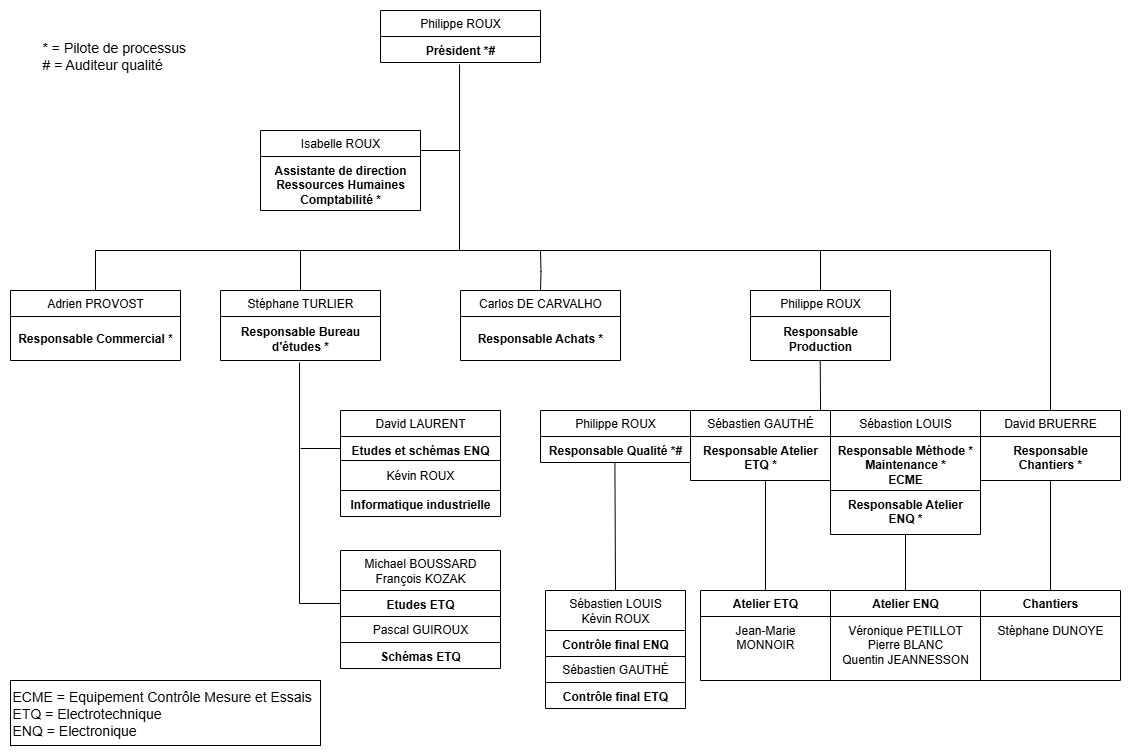
KevinRouxERPAC/KevinRouxERPAC.github.io keeps this draw.io diagram as assets/images/About/Organigramme.png. Above is the earlier version. Source tidied: cells renumbered, new cells last; positions are measured from the earlier drawing's top-left corner, leaving out a move shared by most shapes.
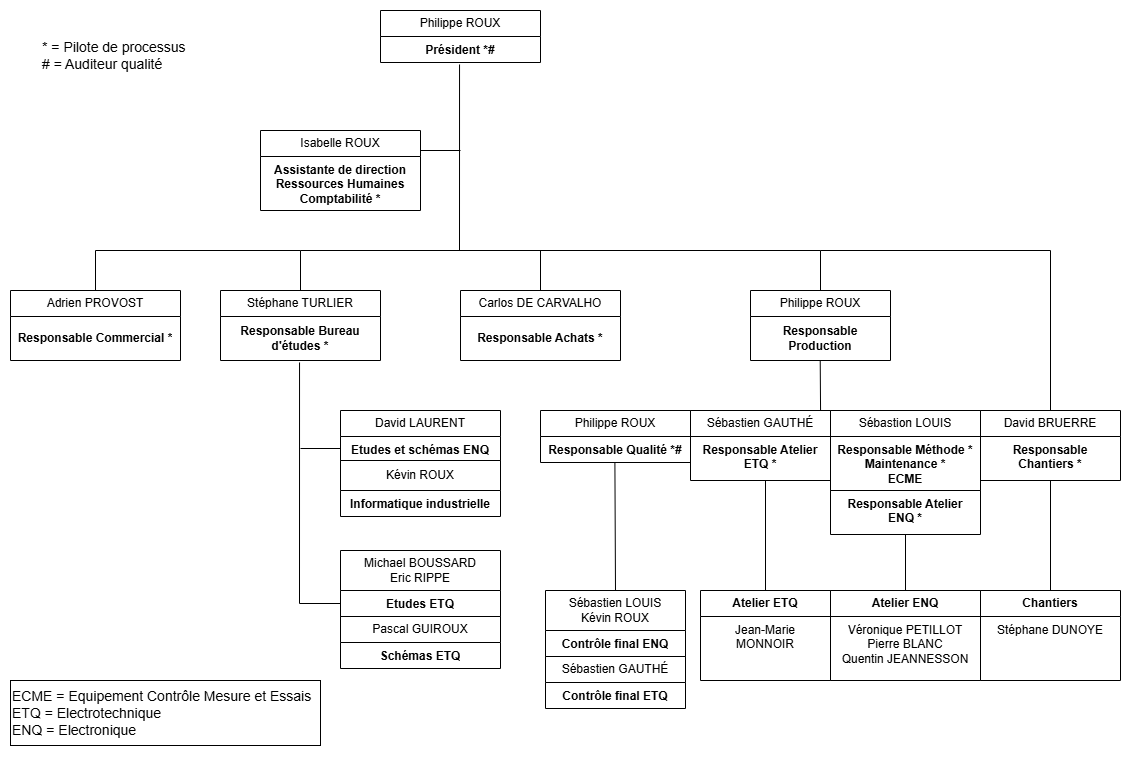
The same file after the commit.

What changed in the source:
```diff
@@ -43,7 +43,7 @@
     <mxCell id="14" value="&lt;b&gt;Etudes et schémas ENQ&lt;/b&gt;" style="text;strokeColor=none;fillColor=none;align=center;verticalAlign=top;spacingLeft=4;spacingRight=4;overflow=hidden;points=[[0,0.5],[1,0.5]];portConstraint=eastwest;whiteSpace=wrap;html=1;" parent="13" vertex="1">
       <mxGeometry y="26" width="160" height="24" as="geometry" />
     </mxCell>
-    <mxCell id="15" value="Michael BOUSSARD&lt;br&gt;François KOZAK" style="swimlane;fontStyle=0;horizontal=1;startSize=40;fillColor=none;whiteSpace=wrap;html=1;" parent="1" vertex="1">
+    <mxCell id="15" value="Michael BOUSSARD&lt;br&gt;Eric RIPPE" style="swimlane;fontStyle=0;horizontal=1;startSize=40;fillColor=none;whiteSpace=wrap;html=1;" parent="1" vertex="1">
       <mxGeometry x="330" y="540" width="160" height="66" as="geometry" />
     </mxCell>
     <mxCell id="16" value="&lt;b&gt;Etudes ETQ&lt;/b&gt;" style="text;strokeColor=none;fillColor=none;align=center;verticalAlign=top;spacingLeft=4;spacingRight=4;overflow=hidden;points=[[0,0.5],[1,0.5]];portConstraint=eastwest;whiteSpace=wrap;html=1;" parent="15" vertex="1">
```
